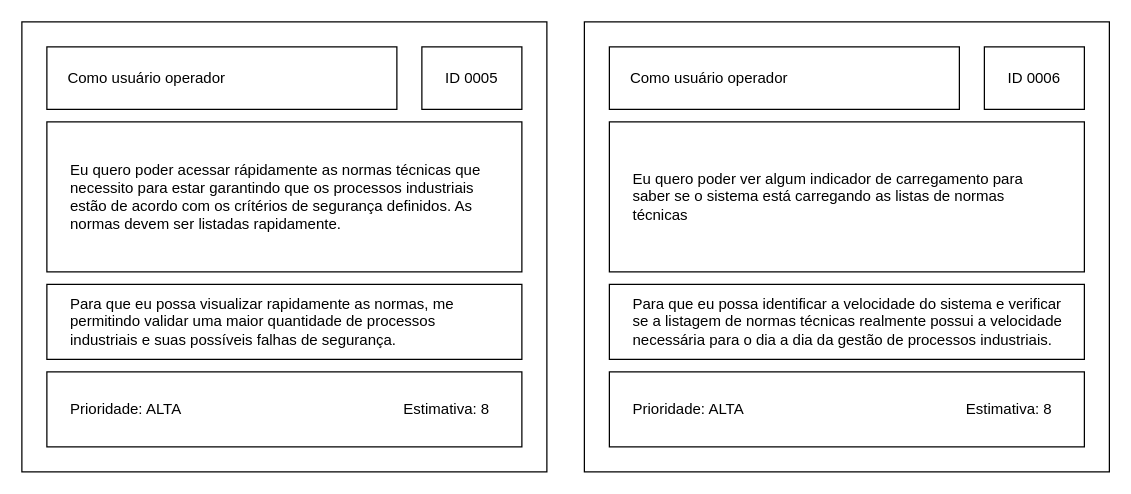
Above: sigo-docs/Historias/DESEMPENHO.drawio in Ramonrune/tcc-puc-minas-sigo (draw.io), before the change. Source tidied: cells renumbered, new cells numbered last; positions are measured from the earlier drawing's top-left corner, leaving out a move shared by most shapes. Both pictures are drawn from the tidied source at 125%, with x=0, y=0 at pixel (21, 21).
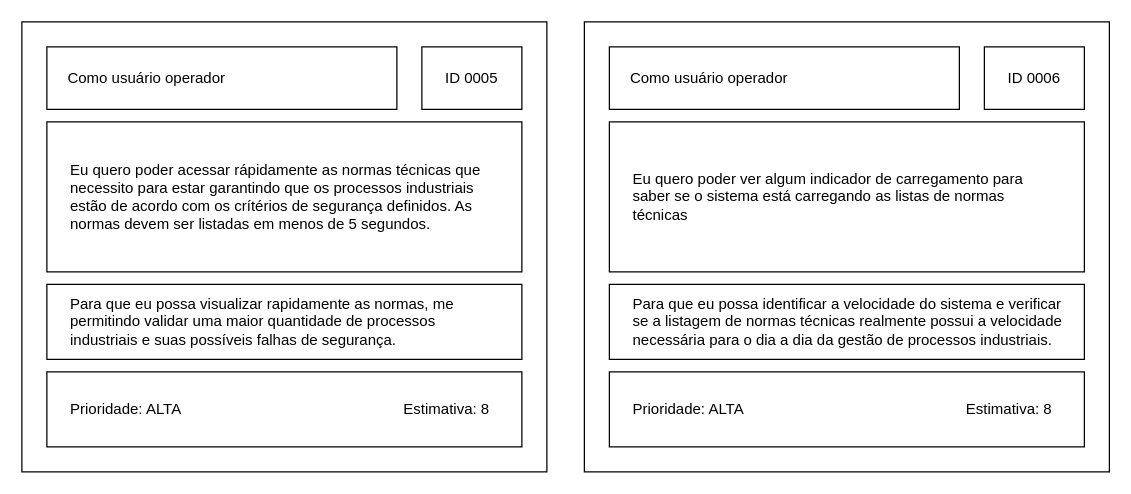
Above is the later version.

What changed in the source:
```diff
@@
 <mxGraphModel>
   <root>
     <mxCell id="0" />
     <mxCell id="1" parent="0" />
     <mxCell id="2" style="rounded=0;whiteSpace=wrap;html=1;" parent="1" vertex="1">
       <mxGeometry width="420" height="360" as="geometry" />
     </mxCell>
     <mxCell id="3" style="rounded=0;whiteSpace=wrap;html=1;" parent="1" vertex="1">
       <mxGeometry x="20" y="20" width="280" height="50" as="geometry" />
     </mxCell>
     <mxCell id="4" style="rounded=0;whiteSpace=wrap;html=1;" parent="1" vertex="1">
       <mxGeometry x="320" y="20" width="80" height="50" as="geometry" />
     </mxCell>
     <mxCell id="5" value="Como usuário operador" style="text;html=1;strokeColor=none;fillColor=none;align=center;verticalAlign=middle;whiteSpace=wrap;rounded=0;" parent="1" vertex="1">
       <mxGeometry x="20" y="35" width="160" height="20" as="geometry" />
     </mxCell>
     <mxCell id="6" value="ID 0005" style="text;html=1;strokeColor=none;fillColor=none;align=center;verticalAlign=middle;whiteSpace=wrap;rounded=0;" parent="1" vertex="1">
       <mxGeometry x="330" y="35" width="60" height="20" as="geometry" />
     </mxCell>
-    <mxCell id="7" value="Eu quero poder acessar rápidamente as normas técnicas que necessito para estar garantindo que os processos industriais estão de acordo com os crítérios de segurança definidos. As normas devem ser listadas rapidamente." style="rounded=0;whiteSpace=wrap;html=1;align=left;spacingLeft=17;spacingRight=17;" parent="1" vertex="1">
+    <mxCell id="7" value="Eu quero poder acessar rápidamente as normas técnicas que necessito para estar garantindo que os processos industriais estão de acordo com os crítérios de segurança definidos. As normas devem ser listadas em menos de 5 segundos." style="rounded=0;whiteSpace=wrap;html=1;align=left;spacingLeft=17;spacingRight=17;" parent="1" vertex="1">
       <mxGeometry x="20" y="80" width="380" height="120" as="geometry" />
     </mxCell>
     <mxCell id="8" value="Para que eu possa visualizar rapidamente as normas, me permitindo validar uma maior quantidade de processos industriais e suas possíveis falhas de segurança." style="rounded=0;whiteSpace=wrap;html=1;align=left;spacingLeft=17;spacingRight=17;" parent="1" vertex="1">
       <mxGeometry x="20" y="210" width="380" height="60" as="geometry" />
     </mxCell>
     <mxCell id="9" value="Prioridade: ALTA" style="rounded=0;whiteSpace=wrap;html=1;align=left;spacingLeft=17;spacingRight=17;" parent="1" vertex="1">
       <mxGeometry x="20" y="280" width="380" height="60" as="geometry" />
     </mxCell>
     <mxCell id="10" value="Estimativa: 8" style="text;html=1;strokeColor=none;fillColor=none;align=center;verticalAlign=middle;whiteSpace=wrap;rounded=0;" parent="1" vertex="1">
       <mxGeometry x="300" y="300" width="80" height="20" as="geometry" />
     </mxCell>
     <mxCell id="11" style="rounded=0;whiteSpace=wrap;html=1;" parent="1" vertex="1">
       <mxGeometry x="450" width="420" height="360" as="geometry" />
     </mxCell>
     <mxCell id="12" style="rounded=0;whiteSpace=wrap;html=1;" parent="1" vertex="1">
       <mxGeometry x="470" y="20" width="280" height="50" as="geometry" />
     </mxCell>
     <mxCell id="13" style="rounded=0;whiteSpace=wrap;html=1;" parent="1" vertex="1">
       <mxGeometry x="770" y="20" width="80" height="50" as="geometry" />
     </mxCell>
     <mxCell id="14" value="Como usuário operador" style="text;html=1;strokeColor=none;fillColor=none;align=center;verticalAlign=middle;whiteSpace=wrap;rounded=0;" parent="1" vertex="1">
       <mxGeometry x="480" y="35" width="140" height="20" as="geometry" />
     </mxCell>
     <mxCell id="15" value="ID 0006" style="text;html=1;strokeColor=none;fillColor=none;align=center;verticalAlign=middle;whiteSpace=wrap;rounded=0;" parent="1" vertex="1">
       <mxGeometry x="780" y="35" width="60" height="20" as="geometry" />
     </mxCell>
     <mxCell id="16" value="Eu quero poder ver algum indicador de carregamento para saber se o sistema está carregando as listas de normas técnicas" style="rounded=0;whiteSpace=wrap;html=1;align=left;spacingLeft=17;spacingRight=17;" parent="1" vertex="1">
       <mxGeometry x="470" y="80" width="380" height="120" as="geometry" />
     </mxCell>
     <mxCell id="17" value="Para que eu possa identificar a velocidade do sistema e verificar se a listagem de normas técnicas realmente possui a velocidade necessária para o dia a dia da gestão de processos industriais." style="rounded=0;whiteSpace=wrap;html=1;align=left;spacingLeft=17;spacingRight=17;" parent="1" vertex="1">
       <mxGeometry x="470" y="210" width="380" height="60" as="geometry" />
     </mxCell>
     <mxCell id="18" value="Prioridade: ALTA" style="rounded=0;whiteSpace=wrap;html=1;align=left;spacingLeft=17;spacingRight=17;" parent="1" vertex="1">
       <mxGeometry x="470" y="280" width="380" height="60" as="geometry" />
     </mxCell>
     <mxCell id="19" value="Estimativa: 8" style="text;html=1;strokeColor=none;fillColor=none;align=center;verticalAlign=middle;whiteSpace=wrap;rounded=0;" parent="1" vertex="1">
       <mxGeometry x="750" y="300" width="80" height="20" as="geometry" />
     </mxCell>
   </root>
 </mxGraphModel>
```
